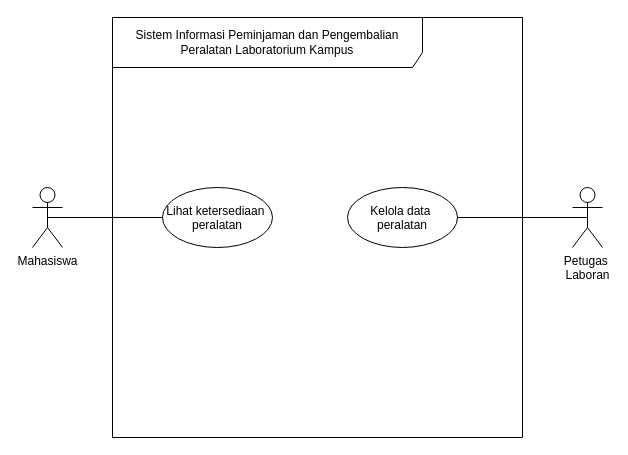
amel-imup/-IFRWP5149_2406122_LabAlat keeps this draw.io diagram as page "Page-1" (1 of 2) of 03_latihan_tools/P02/LAB/P02_2406122_LAB_notasi_usecase_v01.drawio. Above is the earlier version. Source tidied: cells renumbered, new cells numbered last; positions are measured from the earlier drawing's top-left corner, leaving out a move shared by most shapes. Both pictures are drawn from the tidied source at 100%, with x=0, y=0 at pixel (32, 17).
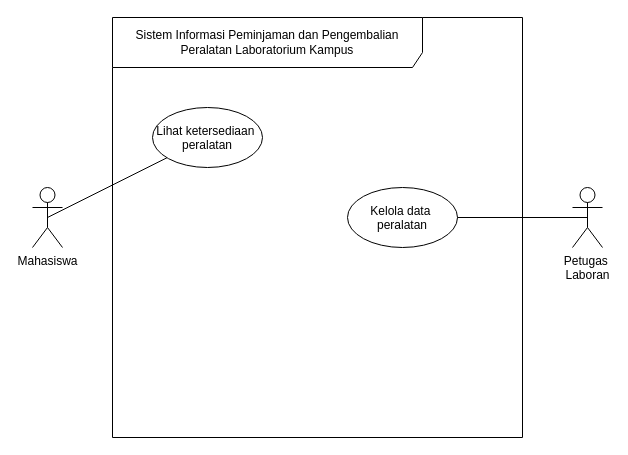
After the change.

What changed in the source:
```diff
@@
 <mxGraphModel>
   <root>
     <mxCell id="0" />
     <mxCell id="1" parent="0" />
     <mxCell id="2" value="Sistem Informasi Peminjaman dan Pengembalian Peralatan Laboratorium Kampus" style="shape=umlFrame;whiteSpace=wrap;html=1;width=310;height=50;" parent="1" vertex="1">
       <mxGeometry x="80" width="410" height="420" as="geometry" />
     </mxCell>
     <mxCell id="3" value="Lihat ketersediaan &#10;peralatan" style="ellipse;" parent="2" vertex="1">
-      <mxGeometry x="50" y="170" width="110" height="60" as="geometry" />
+      <mxGeometry x="40" y="90" width="110" height="60" as="geometry" />
     </mxCell>
     <mxCell id="4" value="Kelola data &#10;peralatan" style="ellipse;" parent="2" vertex="1">
       <mxGeometry x="235" y="170" width="110" height="60" as="geometry" />
     </mxCell>
-    <mxCell id="5" style="edgeStyle=orthogonalEdgeStyle;rounded=0;jettySize=auto;html=1;exitX=0.5;exitY=0.5;exitDx=0;exitDy=0;exitPerimeter=0;endArrow=none;endFill=0;" parent="1" edge="1" source="6" target="3">
+    <mxCell id="5" style="rounded=0;jettySize=auto;html=1;exitX=0.5;exitY=0.5;exitDx=0;exitDy=0;exitPerimeter=0;endArrow=none;endFill=0;" parent="1" edge="1" source="6" target="3">
       <mxGeometry relative="1" as="geometry" />
     </mxCell>
     <mxCell id="6" value="Mahasiswa" style="shape=umlActor;verticalLabelPosition=bottom;verticalAlign=top;html=1;" parent="1" vertex="1">
       <mxGeometry y="170" width="30" height="60" as="geometry" />
     </mxCell>
     <mxCell id="7" value="Petugas&amp;nbsp;&lt;div&gt;Laboran&lt;/div&gt;&lt;div&gt;&lt;br&gt;&lt;/div&gt;" style="shape=umlActor;verticalLabelPosition=bottom;verticalAlign=top;html=1;" parent="1" vertex="1">
       <mxGeometry x="540" y="170" width="30" height="60" as="geometry" />
     </mxCell>
     <mxCell id="8" style="rounded=0;jettySize=auto;html=1;exitX=1;exitY=0.5;exitDx=0;exitDy=0;entryX=0.5;entryY=0.5;entryDx=0;entryDy=0;entryPerimeter=0;endArrow=none;endFill=0;" parent="1" edge="1" source="4" target="7">
       <mxGeometry relative="1" as="geometry" />
     </mxCell>
   </root>
 </mxGraphModel>
```
